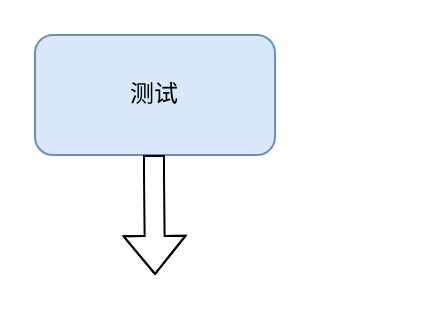
This is Project/测试.drawio from hao15239129517/drawio, a draw.io file, before an edit. Source tidied: cells renumbered, new cells numbered last; positions are measured from the earlier drawing's top-left corner, leaving out a move shared by most shapes. Both pictures are drawn from the tidied source at 200%, with x=0, y=0 at pixel (34, 34).
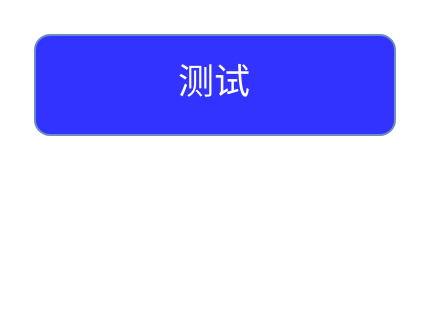
The same page after the edit.

Diff of the diagram source:
```diff
@@
 <mxGraphModel>
   <root>
     <mxCell id="0" />
     <mxCell id="1" parent="0" />
-    <mxCell id="2" value="测试" style="rounded=1;whiteSpace=wrap;html=1;fillColor=#dae8fc;strokeColor=#6c8ebf;" parent="1" vertex="1">
-      <mxGeometry width="120" height="60" as="geometry" />
+    <mxCell id="2" value="测试" style="rounded=1;whiteSpace=wrap;html=1;fillColor=#3333FF;strokeColor=#6c8ebf;fontColor=#FFFFFF;fontSize=18;fontStyle=0;fontFamily=Courier New;" parent="1" vertex="1">
+      <mxGeometry width="180" height="50" as="geometry" />
     </mxCell>
-    <mxCell id="3" style="shape=flexArrow;endArrow=classic;html=1;rounded=0;" parent="1" edge="1">
-      <mxGeometry relative="1" as="geometry">
-        <mxPoint x="59.5" y="60" as="sourcePoint" />
-        <mxPoint x="60" y="120" as="targetPoint" />
-        <Array as="points">
-          <mxPoint x="59.5" y="70" />
-        </Array>
-      </mxGeometry>
-    </mxCell>
   </root>
 </mxGraphModel>
```
